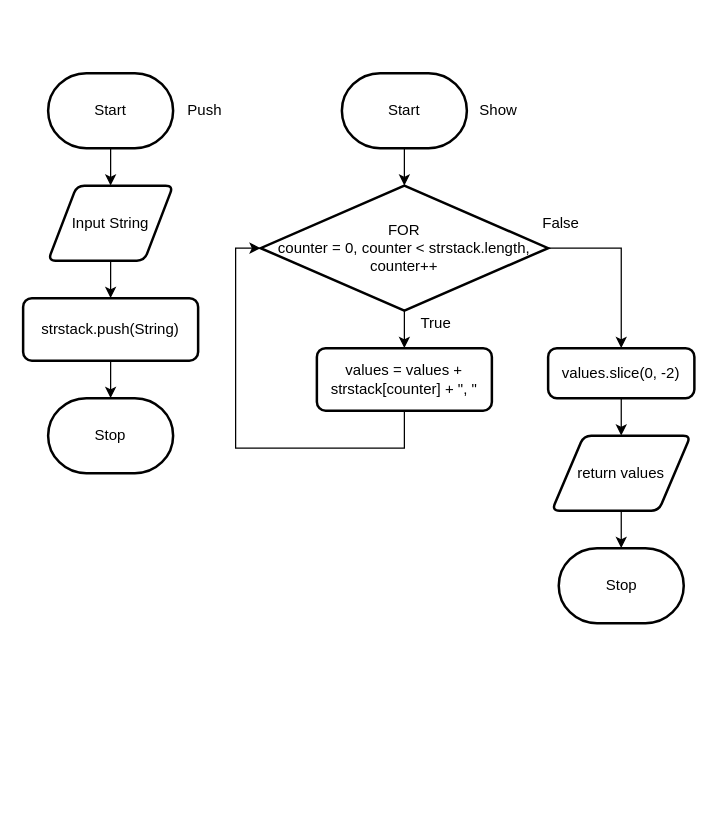
Samuel-Webster-178/ICS4U-Unit3-Samuel-Webster keeps this draw.io diagram as Unit3-01/Design/flowchart.drawio. Above is the earlier version. Source tidied: cells renumbered, new cells numbered last; positions are measured from the earlier drawing's top-left corner, leaving out a move shared by most shapes. Both pictures are drawn from the tidied source at 125%, with x=0, y=0 at pixel (22, 72).
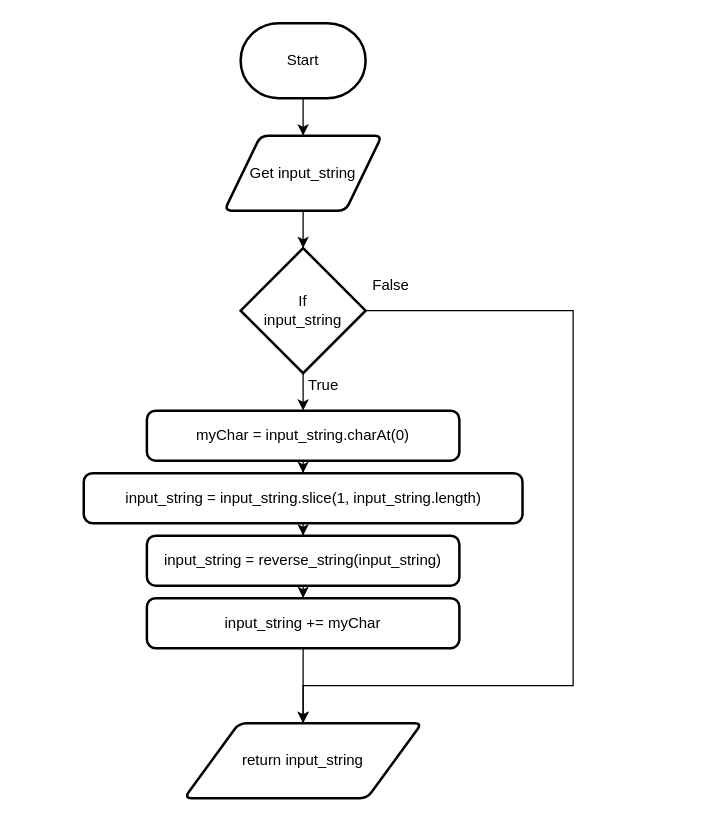
Above is the later version.

The edit, as a diff of the source:
```diff
@@
-    <mxCell id="2" style="edgeStyle=orthogonalEdgeStyle;shape=connector;rounded=0;html=1;labelBackgroundColor=default;strokeColor=default;fontFamily=Helvetica;fontSize=11;fontColor=default;endArrow=classic;" parent="1" edge="1" source="3" target="9">
-      <mxGeometry relative="1" as="geometry" />
-    </mxCell>
+    <mxCell id="7" style="edgeStyle=none;html=1;" parent="1" edge="1" source="3" target="4">
+      <mxGeometry relative="1" as="geometry" />
+    </mxCell>
     <mxCell id="3" value="Start" style="strokeWidth=2;html=1;shape=mxgraph.flowchart.terminator;whiteSpace=wrap;" parent="1" vertex="1">
-      <mxGeometry x="20" width="100" height="60" as="geometry" />
+      <mxGeometry x="174" y="-40" width="100" height="60" as="geometry" />
     </mxCell>
+    <mxCell id="9" style="edgeStyle=none;html=1;" parent="1" edge="1" source="4" target="6">
+      <mxGeometry relative="1" as="geometry" />
+    </mxCell>
-    <mxCell id="4" value="Push" style="text;html=1;align=center;verticalAlign=middle;points=[];strokeColor=none;fillColor=none;" parent="1" vertex="1">
-      <mxGeometry x="120" y="15" width="50" height="30" as="geometry" />
+    <mxCell id="4" value="Get input_string" style="shape=parallelogram;html=1;strokeWidth=2;perimeter=parallelogramPerimeter;whiteSpace=wrap;rounded=1;arcSize=12;size=0.23;" parent="1" vertex="1">
+      <mxGeometry x="161" y="50" width="126" height="60" as="geometry" />
     </mxCell>
-    <mxCell id="5" style="edgeStyle=orthogonalEdgeStyle;rounded=0;html=1;" parent="1" edge="1" source="6" target="17">
+    <mxCell id="5" style="edgeStyle=orthogonalEdgeStyle;html=1;entryX=0.5;entryY=0;entryDx=0;entryDy=0;rounded=0;" parent="1" edge="1" source="6" target="11">
       <mxGeometry relative="1" as="geometry" />
     </mxCell>
+    <mxCell id="25" style="edgeStyle=orthogonalEdgeStyle;rounded=0;html=1;entryX=0.5;entryY=0;entryDx=0;entryDy=0;" parent="1" edge="1" source="6" target="15">
+      <mxGeometry relative="1" as="geometry">
+        <Array as="points">
+          <mxPoint x="440" y="190" />
+          <mxPoint x="440" y="490" />
+          <mxPoint x="224" y="490" />
+        </Array>
+      </mxGeometry>
+    </mxCell>
-    <mxCell id="6" value="Start" style="strokeWidth=2;html=1;shape=mxgraph.flowchart.terminator;whiteSpace=wrap;" parent="1" vertex="1">
-      <mxGeometry x="255" width="100" height="60" as="geometry" />
+    <mxCell id="6" value="If&lt;br&gt;input_string" style="strokeWidth=2;html=1;shape=mxgraph.flowchart.decision;whiteSpace=wrap;" parent="1" vertex="1">
+      <mxGeometry x="174" y="140" width="100" height="100" as="geometry" />
     </mxCell>
-    <mxCell id="7" value="Show" style="text;html=1;align=center;verticalAlign=middle;strokeColor=none;fillColor=none;" parent="1" vertex="1">
-      <mxGeometry x="355" y="15" width="50" height="30" as="geometry" />
-    </mxCell>
+    <mxCell id="2" style="edgeStyle=orthogonalEdgeStyle;rounded=0;html=1;entryX=0.5;entryY=0;entryDx=0;entryDy=0;" parent="1" edge="1" source="11" target="12">
+      <mxGeometry relative="1" as="geometry" />
+    </mxCell>
+    <mxCell id="11" value="myChar = input_string.charAt(0)" style="rounded=1;whiteSpace=wrap;html=1;absoluteArcSize=1;arcSize=14;strokeWidth=2;" parent="1" vertex="1">
+      <mxGeometry x="99" y="270" width="250" height="40" as="geometry" />
+    </mxCell>
+    <mxCell id="26" style="edgeStyle=orthogonalEdgeStyle;rounded=0;html=1;entryX=0.5;entryY=0;entryDx=0;entryDy=0;" parent="1" edge="1" source="12" target="14">
+      <mxGeometry relative="1" as="geometry" />
+    </mxCell>
+    <mxCell id="12" value="input_string = input_string.slice(1, input_string.length)" style="rounded=1;whiteSpace=wrap;html=1;absoluteArcSize=1;arcSize=14;strokeWidth=2;" parent="1" vertex="1">
+      <mxGeometry x="48.5" y="320" width="351" height="40" as="geometry" />
+    </mxCell>
-    <mxCell id="8" style="edgeStyle=orthogonalEdgeStyle;shape=connector;rounded=0;html=1;entryX=0.5;entryY=0;entryDx=0;entryDy=0;labelBackgroundColor=default;strokeColor=default;fontFamily=Helvetica;fontSize=11;fontColor=default;endArrow=classic;" parent="1" edge="1" source="9" target="11">
+    <mxCell id="8" style="edgeStyle=orthogonalEdgeStyle;rounded=0;html=1;entryX=0.5;entryY=0;entryDx=0;entryDy=0;" parent="1" edge="1" source="14" target="17">
       <mxGeometry relative="1" as="geometry" />
     </mxCell>
-    <mxCell id="9" value="Input String" style="shape=parallelogram;html=1;strokeWidth=2;perimeter=parallelogramPerimeter;whiteSpace=wrap;rounded=1;arcSize=12;size=0.23;" parent="1" vertex="1">
-      <mxGeometry x="20" y="90" width="100" height="60" as="geometry" />
-    </mxCell>
+    <mxCell id="14" value="input_string = reverse_string(input_string)" style="rounded=1;whiteSpace=wrap;html=1;absoluteArcSize=1;arcSize=14;strokeWidth=2;" parent="1" vertex="1">
+      <mxGeometry x="99" y="370" width="250" height="40" as="geometry" />
+    </mxCell>
-    <mxCell id="10" style="edgeStyle=orthogonalEdgeStyle;shape=connector;rounded=0;html=1;labelBackgroundColor=default;strokeColor=default;fontFamily=Helvetica;fontSize=11;fontColor=default;endArrow=classic;" parent="1" edge="1" source="11" target="12">
+    <mxCell id="10" style="edgeStyle=orthogonalEdgeStyle;rounded=0;html=1;entryX=0.5;entryY=0;entryDx=0;entryDy=0;" parent="1" edge="1" source="17" target="15">
       <mxGeometry relative="1" as="geometry" />
     </mxCell>
-    <mxCell id="11" value="strstack.push(String)" style="rounded=1;whiteSpace=wrap;html=1;absoluteArcSize=1;arcSize=14;strokeWidth=2;" parent="1" vertex="1">
-      <mxGeometry y="180" width="140" height="50" as="geometry" />
-    </mxCell>
-    <mxCell id="12" value="Stop" style="strokeWidth=2;html=1;shape=mxgraph.flowchart.terminator;whiteSpace=wrap;" parent="1" vertex="1">
-      <mxGeometry x="20" y="260" width="100" height="60" as="geometry" />
-    </mxCell>
-    <mxCell id="13" style="edgeStyle=orthogonalEdgeStyle;html=1;entryX=0;entryY=0.5;entryDx=0;entryDy=0;entryPerimeter=0;rounded=0;" parent="1" edge="1" source="14" target="17">
-      <mxGeometry relative="1" as="geometry">
-        <Array as="points">
-          <mxPoint x="305" y="300" />
-          <mxPoint x="170" y="300" />
-          <mxPoint x="170" y="140" />
-        </Array>
-      </mxGeometry>
-    </mxCell>
-    <mxCell id="14" value="values = values + strstack[counter] + &quot;, &quot;" style="rounded=1;whiteSpace=wrap;html=1;absoluteArcSize=1;arcSize=14;strokeWidth=2;" parent="1" vertex="1">
-      <mxGeometry x="235" y="220" width="140" height="50" as="geometry" />
-    </mxCell>
+    <mxCell id="17" value="input_string += myChar" style="rounded=1;whiteSpace=wrap;html=1;absoluteArcSize=1;arcSize=14;strokeWidth=2;" parent="1" vertex="1">
+      <mxGeometry x="99" y="420" width="250" height="40" as="geometry" />
+    </mxCell>
-    <mxCell id="15" style="edgeStyle=none;html=1;" parent="1" edge="1" source="17" target="14">
-      <mxGeometry relative="1" as="geometry" />
+    <mxCell id="15" value="return input_string" style="shape=parallelogram;html=1;strokeWidth=2;perimeter=parallelogramPerimeter;whiteSpace=wrap;rounded=1;arcSize=12;size=0.23;" parent="1" vertex="1">
+      <mxGeometry x="129" y="520" width="190" height="60" as="geometry" />
     </mxCell>
-    <mxCell id="16" style="edgeStyle=orthogonalEdgeStyle;shape=connector;rounded=0;html=1;entryX=0.5;entryY=0;entryDx=0;entryDy=0;labelBackgroundColor=default;strokeColor=default;fontFamily=Helvetica;fontSize=12;fontColor=default;endArrow=classic;" parent="1" edge="1" source="17" target="19">
-      <mxGeometry relative="1" as="geometry">
-        <Array as="points">
-          <mxPoint x="479" y="140" />
-        </Array>
-      </mxGeometry>
-    </mxCell>
-    <mxCell id="17" value="FOR&lt;br&gt;counter = 0, counter &amp;lt; strstack.length, counter++" style="strokeWidth=2;html=1;shape=mxgraph.flowchart.decision;whiteSpace=wrap;" parent="1" vertex="1">
-      <mxGeometry x="190" y="90" width="230" height="100" as="geometry" />
-    </mxCell>
-    <mxCell id="18" style="edgeStyle=orthogonalEdgeStyle;shape=connector;rounded=0;html=1;labelBackgroundColor=default;strokeColor=default;fontFamily=Helvetica;fontSize=12;fontColor=default;endArrow=classic;" parent="1" edge="1" source="19" target="21">
-      <mxGeometry relative="1" as="geometry" />
-    </mxCell>
+    <mxCell id="23" value="True" style="text;html=1;align=center;verticalAlign=middle;strokeColor=none;fillColor=none;" parent="1" vertex="1">
+      <mxGeometry x="215" y="235" width="50" height="30" as="geometry" />
+    </mxCell>
-    <mxCell id="19" value="&lt;font style=&quot;font-size: 12px;&quot;&gt;values.slice(0, -2)&lt;/font&gt;" style="rounded=1;whiteSpace=wrap;html=1;absoluteArcSize=1;arcSize=14;strokeWidth=2;fontFamily=Helvetica;fontSize=11;fontColor=default;" parent="1" vertex="1">
-      <mxGeometry x="420" y="220" width="117" height="40" as="geometry" />
+    <mxCell id="19" value="False" style="text;html=1;align=center;verticalAlign=middle;points=[];strokeColor=none;fillColor=none;" parent="1" vertex="1">
+      <mxGeometry x="269" y="155" width="50" height="30" as="geometry" />
     </mxCell>
-    <mxCell id="20" style="edgeStyle=orthogonalEdgeStyle;shape=connector;rounded=0;html=1;labelBackgroundColor=default;strokeColor=default;fontFamily=Helvetica;fontSize=12;fontColor=default;endArrow=classic;" parent="1" edge="1" source="21" target="22">
-      <mxGeometry relative="1" as="geometry" />
-    </mxCell>
-    <mxCell id="21" value="return values" style="shape=parallelogram;html=1;strokeWidth=2;perimeter=parallelogramPerimeter;whiteSpace=wrap;rounded=1;arcSize=12;size=0.23;fontFamily=Helvetica;fontSize=12;fontColor=default;" parent="1" vertex="1">
-      <mxGeometry x="423" y="290" width="111" height="60" as="geometry" />
-    </mxCell>
-    <mxCell id="22" value="Stop" style="strokeWidth=2;html=1;shape=mxgraph.flowchart.terminator;whiteSpace=wrap;" parent="1" vertex="1">
-      <mxGeometry x="428.5" y="380" width="100" height="60" as="geometry" />
-    </mxCell>
-    <mxCell id="23" value="True" style="text;html=1;align=center;verticalAlign=middle;strokeColor=none;fillColor=none;fontSize=12;fontFamily=Helvetica;fontColor=default;" parent="1" vertex="1">
-      <mxGeometry x="305" y="185" width="50" height="30" as="geometry" />
-    </mxCell>
-    <mxCell id="24" value="False" style="text;html=1;align=center;verticalAlign=middle;strokeColor=none;fillColor=none;fontSize=12;fontFamily=Helvetica;fontColor=default;" parent="1" vertex="1">
-      <mxGeometry x="405" y="105" width="50" height="30" as="geometry" />
-    </mxCell>
```
